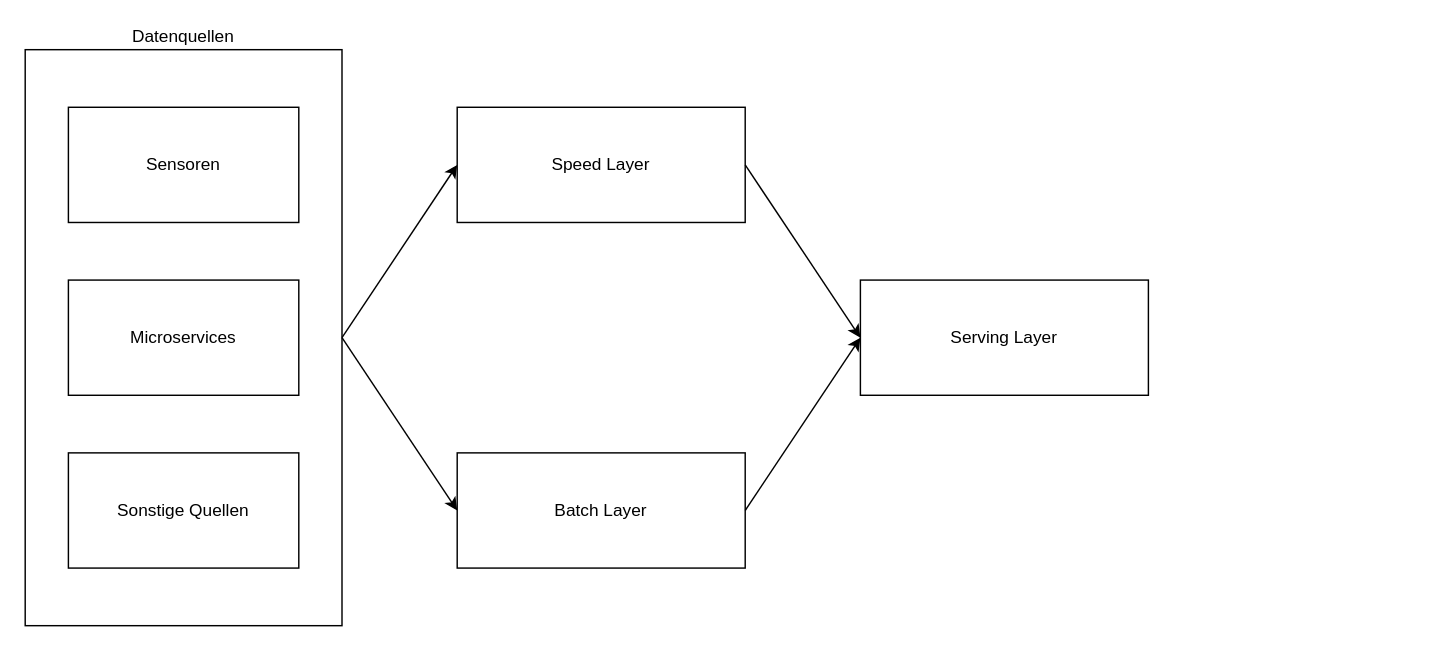
Before: Lambda.drawio in ChFries/DLBINGDABD01, a draw.io diagram. Source tidied: cells renumbered, new cells numbered last; positions are measured from the earlier drawing's top-left corner, leaving out a move shared by most shapes. Both pictures are drawn from the tidied source at 144%, with x=0, y=0 at pixel (24, 49).
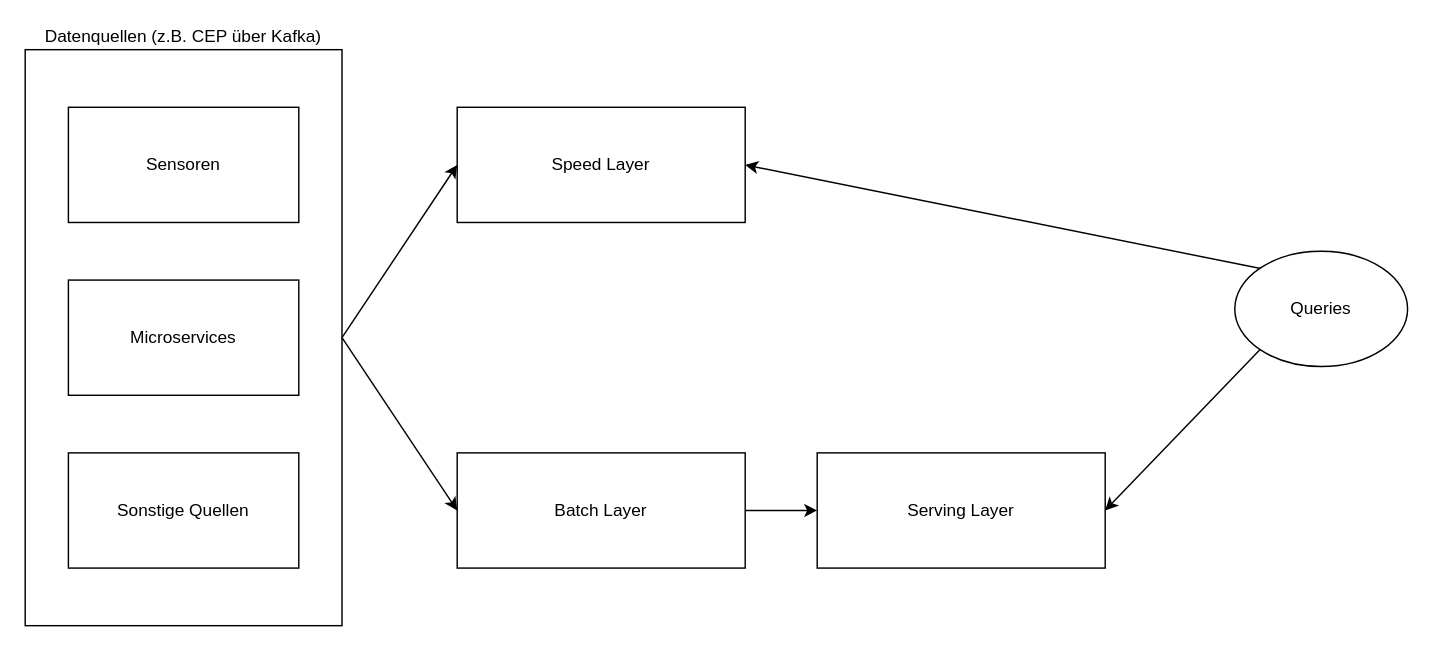
Above is the later version.

Change to the diagram source:
```diff
@@
 <mxGraphModel>
   <root>
     <mxCell id="0" />
     <mxCell id="1" parent="0" />
-    <mxCell id="2" value="Datenquellen" style="rounded=0;whiteSpace=wrap;html=1;labelPosition=center;verticalLabelPosition=top;align=center;verticalAlign=bottom;" parent="1" vertex="1">
+    <mxCell id="2" value="Datenquellen (z.B. CEP über Kafka)" style="rounded=0;whiteSpace=wrap;html=1;labelPosition=center;verticalLabelPosition=top;align=center;verticalAlign=bottom;" parent="1" vertex="1">
       <mxGeometry width="220" height="400" as="geometry" />
     </mxCell>
     <mxCell id="3" value="Sensoren" style="rounded=0;whiteSpace=wrap;html=1;" parent="1" vertex="1">
       <mxGeometry x="30" y="40" width="160" height="80" as="geometry" />
     </mxCell>
     <mxCell id="4" value="Microservices" style="rounded=0;whiteSpace=wrap;html=1;" parent="1" vertex="1">
       <mxGeometry x="30" y="160" width="160" height="80" as="geometry" />
     </mxCell>
     <mxCell id="5" value="Sonstige Quellen" style="rounded=0;whiteSpace=wrap;html=1;" parent="1" vertex="1">
       <mxGeometry x="30" y="280" width="160" height="80" as="geometry" />
     </mxCell>
     <mxCell id="6" value="Speed Layer" style="rounded=0;whiteSpace=wrap;html=1;" parent="1" vertex="1">
       <mxGeometry x="300" y="40" width="200" height="80" as="geometry" />
     </mxCell>
     <mxCell id="7" value="Batch Layer" style="rounded=0;whiteSpace=wrap;html=1;" parent="1" vertex="1">
       <mxGeometry x="300" y="280" width="200" height="80" as="geometry" />
     </mxCell>
     <mxCell id="8" value="Serving Layer" style="rounded=0;whiteSpace=wrap;html=1;" parent="1" vertex="1">
-      <mxGeometry x="580" y="160" width="200" height="80" as="geometry" />
+      <mxGeometry x="550" y="280" width="200" height="80" as="geometry" />
     </mxCell>
     <mxCell id="9" style="endArrow=classic;html=1;rounded=0;entryX=0;entryY=0.5;entryDx=0;entryDy=0;exitX=1;exitY=0.5;exitDx=0;exitDy=0;" parent="1" edge="1" source="2" target="6">
       <mxGeometry relative="1" as="geometry" />
     </mxCell>
     <mxCell id="10" style="endArrow=classic;html=1;rounded=0;entryX=0;entryY=0.5;entryDx=0;entryDy=0;exitX=1;exitY=0.5;exitDx=0;exitDy=0;" parent="1" edge="1" source="2" target="7">
       <mxGeometry relative="1" as="geometry" />
     </mxCell>
-    <mxCell id="11" style="endArrow=classic;html=1;rounded=0;entryX=0;entryY=0.5;entryDx=0;entryDy=0;exitX=1;exitY=0.5;exitDx=0;exitDy=0;" parent="1" edge="1" source="6" target="8">
-      <mxGeometry relative="1" as="geometry" />
-    </mxCell>
     <mxCell id="12" style="endArrow=classic;html=1;rounded=0;entryX=0;entryY=0.5;entryDx=0;entryDy=0;exitX=1;exitY=0.5;exitDx=0;exitDy=0;" parent="1" edge="1" source="7" target="8">
       <mxGeometry relative="1" as="geometry" />
     </mxCell>
+    <mxCell id="13" value="Queries" style="ellipse;whiteSpace=wrap;html=1;" parent="1" vertex="1">
+      <mxGeometry x="840" y="140" width="120" height="80" as="geometry" />
+    </mxCell>
+    <mxCell id="14" style="endArrow=classic;html=1;rounded=0;entryX=1;entryY=0.5;entryDx=0;entryDy=0;exitX=0;exitY=0;exitDx=0;exitDy=0;" parent="1" edge="1">
+      <mxGeometry relative="1" as="geometry">
+        <mxPoint x="858" y="152" as="sourcePoint" />
+        <mxPoint x="500" y="80" as="targetPoint" />
+      </mxGeometry>
+    </mxCell>
+    <mxCell id="15" style="endArrow=classic;html=1;rounded=0;entryX=1;entryY=0.5;entryDx=0;entryDy=0;exitX=0;exitY=1;exitDx=0;exitDy=0;" parent="1" edge="1" source="13" target="8">
+      <mxGeometry relative="1" as="geometry" />
+    </mxCell>
   </root>
 </mxGraphModel>
```
